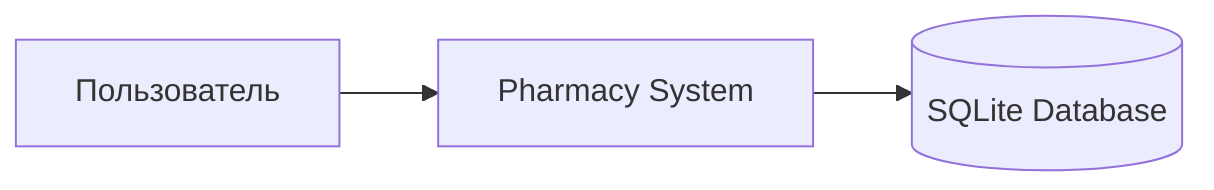
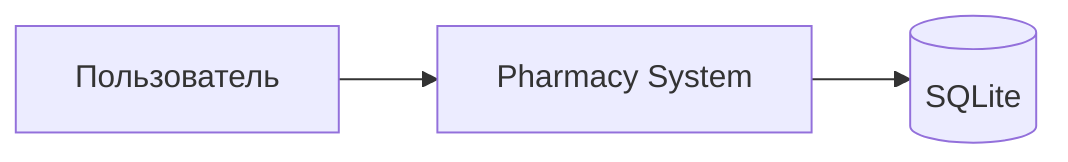
flowchart LR
-     User[Пользователь]
-     System[Pharmacy System]
-     DB[(SQLite Database)]
- 
-     User --> System
-     System --> DB
+     User[Пользователь] --> System[Pharmacy System]
+     System --> DB[(SQLite)]
